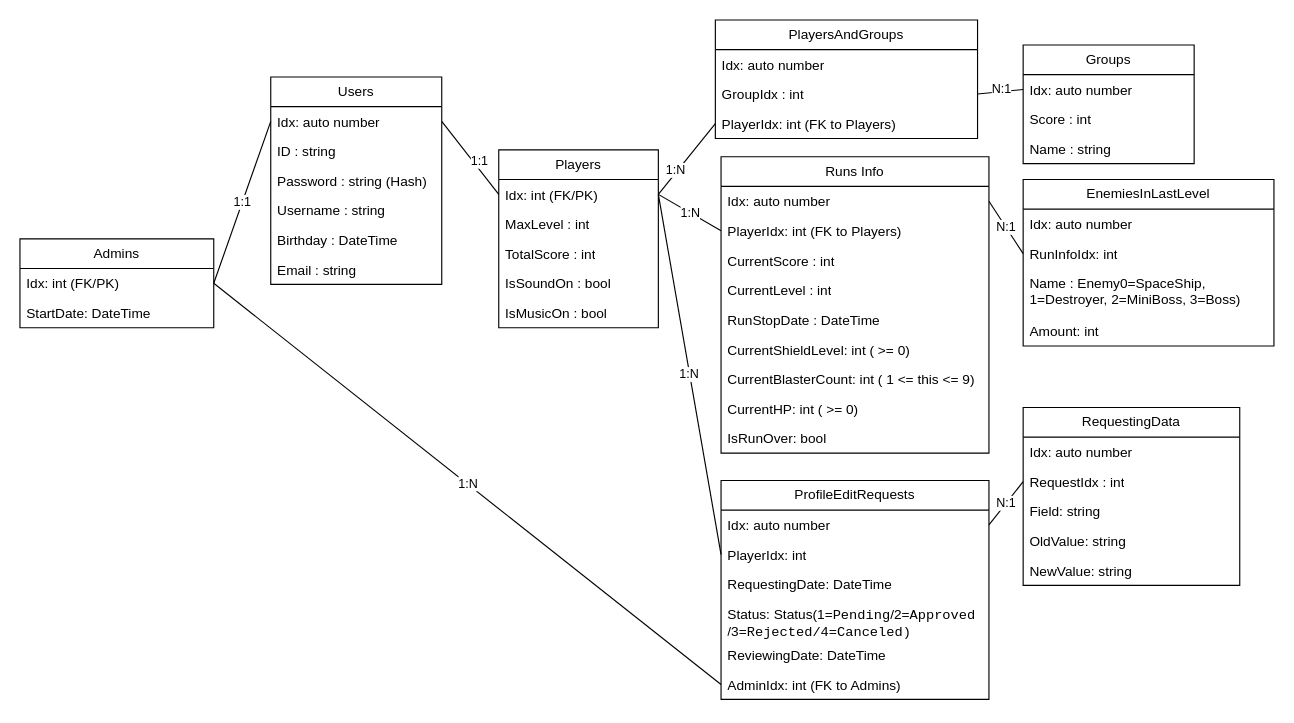
This is Model/Diagrams/Final project DB chart.drawio from OmerTheProgrammer/space-shooter-project, a draw.io file, before an edit. Source tidied: cells renumbered, new cells numbered last; positions are measured from the earlier drawing's top-left corner, leaving out a move shared by most shapes. Both pictures are drawn from the tidied source at 114%, with x=0, y=0 at pixel (19, 19).
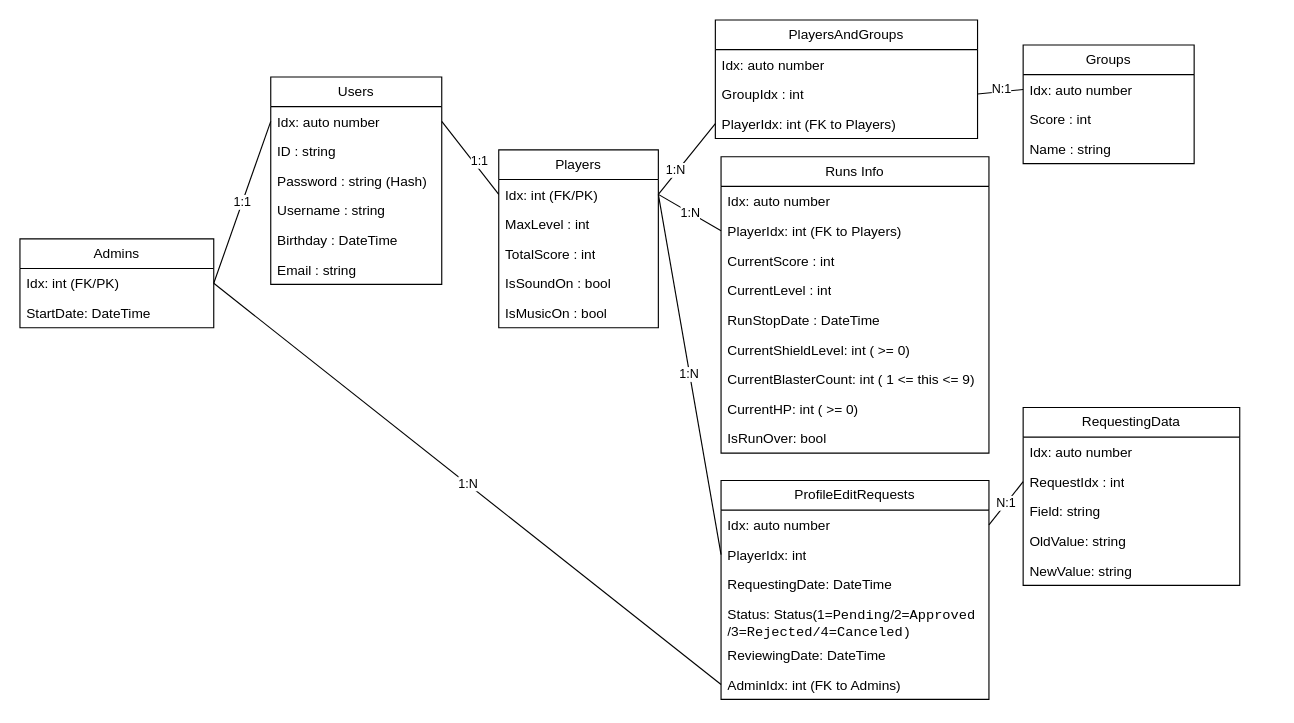
Above is the later version.

Commit message (it also covers changes not shown here):
removed enemies from diagrams

The change refers to these unchanged cells:
```xml
<mxCell id="25" value="Idx: auto number" style="text;strokeColor=none;fillColor=none;align=left;verticalAlign=top;spacingLeft=4;spacingRight=4;overflow=hidden;points=[[0,0.5],[1,0.5]];portConstraint=eastwest;whiteSpace=wrap;html=1;" parent="24" vertex="1">
  <mxGeometry y="26" width="235" height="26" as="geometry" />
</mxCell>
```

What changed in the source:
```diff
@@
-    <mxCell id="60" value="EnemiesInLastLevel" style="swimlane;fontStyle=0;horizontal=1;startSize=26;fillColor=none;whiteSpace=wrap;html=1;" parent="1" vertex="1">
-      <mxGeometry x="880" y="140" width="220" height="146" as="geometry" />
-    </mxCell>
-    <mxCell id="61" value="Idx: auto number" style="text;strokeColor=none;fillColor=none;align=left;verticalAlign=top;spacingLeft=4;spacingRight=4;overflow=hidden;whiteSpace=wrap;html=1;" parent="60" vertex="1">
-      <mxGeometry y="26" width="220" height="26" as="geometry" />
-    </mxCell>
-    <mxCell id="62" value="RunInfoIdx: int" style="text;strokeColor=none;fillColor=none;align=left;verticalAlign=top;spacingLeft=4;spacingRight=4;overflow=hidden;points=[[0,0.5],[1,0.5]];portConstraint=eastwest;whiteSpace=wrap;html=1;" parent="60" vertex="1">
-      <mxGeometry y="52" width="220" height="26" as="geometry" />
-    </mxCell>
-    <mxCell id="63" value="Name : Enemy0=SpaceShip, 1=Destroyer, 2=MiniBoss, 3=Boss)" style="text;strokeColor=none;fillColor=none;align=left;verticalAlign=top;spacingLeft=4;spacingRight=4;overflow=hidden;whiteSpace=wrap;html=1;" parent="60" vertex="1">
-      <mxGeometry y="78" width="220" height="42" as="geometry" />
-    </mxCell>
-    <mxCell id="64" value="Amount: int" style="text;strokeColor=none;fillColor=none;align=left;verticalAlign=top;spacingLeft=4;spacingRight=4;overflow=hidden;whiteSpace=wrap;html=1;" parent="60" vertex="1">
-      <mxGeometry y="120" width="220" height="26" as="geometry" />
-    </mxCell>
-    <mxCell id="65" value="N:1" style="edgeStyle=none;shape=connector;rounded=0;jettySize=auto;html=1;exitX=1;exitY=0.5;exitDx=0;exitDy=0;entryX=0;entryY=0.5;entryDx=0;entryDy=0;strokeColor=default;align=center;verticalAlign=middle;fontFamily=Helvetica;fontSize=11;fontColor=default;labelBackgroundColor=default;startFill=0;endArrow=none;" parent="1" edge="1" source="25" target="62">
-      <mxGeometry relative="1" as="geometry" />
-    </mxCell>
```
